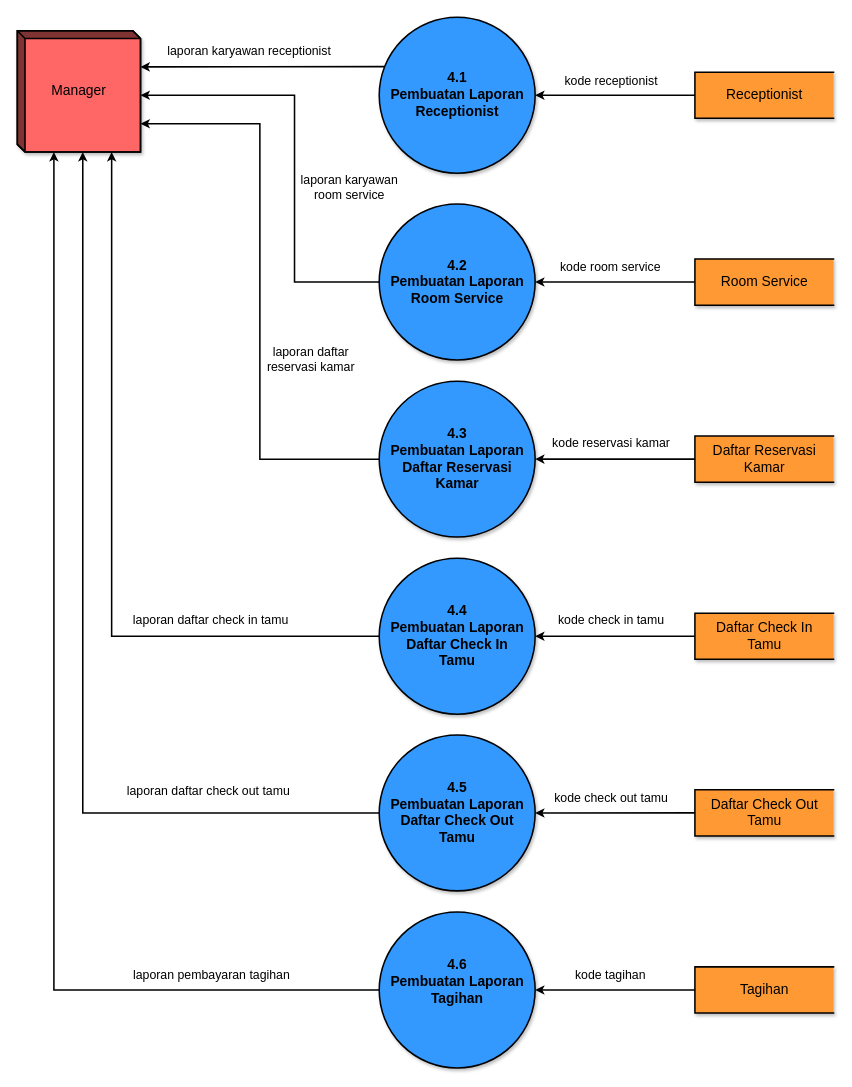
Above: page "DFD LVL 2 Process 4 - Pembuatan Laporan - NEW" (7 of 12) of Sistem Pemesanan Kamar Hotel - Data Flow Diagram.drawio in trueazp/System-Design-Analysis (draw.io), before the change. Source tidied: cells renumbered, new cells numbered last; positions are measured from the earlier drawing's top-left corner, leaving out a move shared by most shapes. Both pictures are drawn from the tidied source at 77%, with x=0, y=0 at pixel (17, 17).
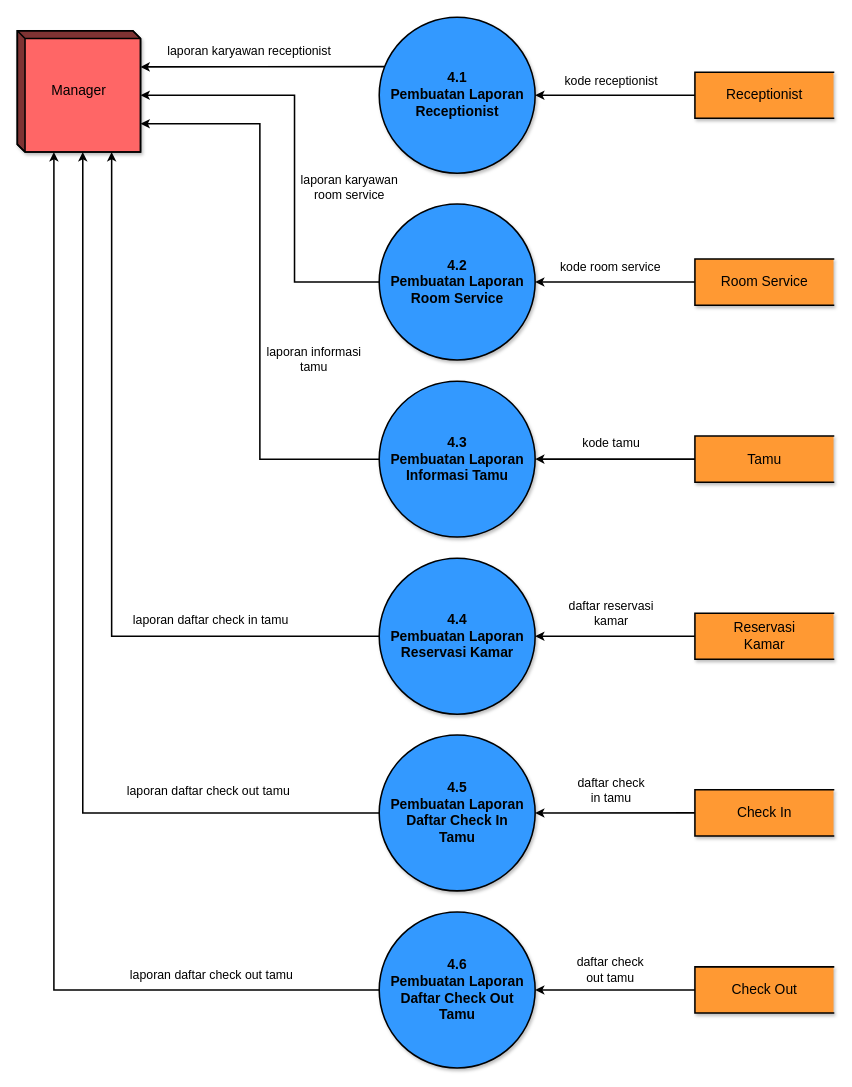
The same diagram, later.

The change refers to these unchanged cells:
```xml
<mxCell id="8" style="edgeStyle=orthogonalEdgeStyle;rounded=0;jumpStyle=arc;jettySize=auto;html=1;entryX=0;entryY=0;entryDx=160;entryDy=120.625;entryPerimeter=0;labelBackgroundColor=none;fontSize=14;startArrow=none;startFill=0;endArrow=classic;endFill=1;strokeWidth=2;" parent="1" edge="1" source="10" target="38">
  <mxGeometry relative="1" as="geometry" />
</mxCell>
<mxCell id="14" style="edgeStyle=orthogonalEdgeStyle;rounded=0;jumpStyle=arc;jettySize=auto;html=1;entryX=0;entryY=0;entryDx=47.5;entryDy=157.5;entryPerimeter=0;labelBackgroundColor=none;fontSize=14;startArrow=none;startFill=0;endArrow=classic;endFill=1;strokeWidth=2;" parent="1" edge="1" source="16" target="38">
  <mxGeometry relative="1" as="geometry" />
</mxCell>
<mxCell id="26" style="edgeStyle=orthogonalEdgeStyle;rounded=0;jumpStyle=arc;jettySize=auto;html=1;entryX=1;entryY=0.5;entryDx=0;entryDy=0;labelBackgroundColor=none;fontSize=14;startArrow=none;startFill=0;endArrow=classic;endFill=1;strokeWidth=2;" parent="1" edge="1" source="28" target="10">
  <mxGeometry relative="1" as="geometry" />
</mxCell>
<mxCell id="29" style="edgeStyle=orthogonalEdgeStyle;rounded=0;jumpStyle=arc;jettySize=auto;html=1;entryX=1;entryY=0.5;entryDx=0;entryDy=0;labelBackgroundColor=none;fontSize=14;startArrow=none;startFill=0;endArrow=classic;endFill=1;strokeWidth=2;" parent="1" edge="1" source="31" target="7">
  <mxGeometry relative="1" as="geometry" />
</mxCell>
<mxCell id="32" style="edgeStyle=orthogonalEdgeStyle;rounded=0;jumpStyle=arc;jettySize=auto;html=1;entryX=1;entryY=0.5;entryDx=0;entryDy=0;labelBackgroundColor=none;fontSize=14;startArrow=none;startFill=0;endArrow=classic;endFill=1;strokeWidth=2;" parent="1" edge="1" source="34" target="19">
  <mxGeometry relative="1" as="geometry" />
</mxCell>
<mxCell id="35" style="edgeStyle=orthogonalEdgeStyle;rounded=0;jumpStyle=arc;jettySize=auto;html=1;entryX=1;entryY=0.5;entryDx=0;entryDy=0;labelBackgroundColor=none;fontSize=14;startArrow=none;startFill=0;endArrow=classic;endFill=1;strokeWidth=2;" parent="1" edge="1" source="37" target="16">
  <mxGeometry relative="1" as="geometry" />
</mxCell>
```

Change to the diagram source:
```diff
@@
-    <mxCell id="7" value="4.4&lt;br style=&quot;font-size: 18px&quot;&gt;&lt;div&gt;Pembuatan Laporan&lt;/div&gt;&lt;div&gt;Daftar Check In &lt;br&gt;&lt;/div&gt;&lt;div&gt;Tamu&lt;br&gt;&lt;/div&gt;" style="shape=ellipse;html=1;dashed=0;whitespace=wrap;perimeter=ellipsePerimeter;shadow=1;labelBackgroundColor=none;fontFamily=Helvetica;fontSize=18;strokeWidth=2;fillColor=#3399FF;align=center;fontStyle=1;" parent="1" vertex="1">
+    <mxCell id="7" value="4.4&lt;br style=&quot;font-size: 18px&quot;&gt;&lt;div&gt;Pembuatan Laporan&lt;/div&gt;&lt;div&gt;Reservasi Kamar&lt;br&gt;&lt;/div&gt;" style="shape=ellipse;html=1;dashed=0;whitespace=wrap;perimeter=ellipsePerimeter;shadow=1;labelBackgroundColor=none;fontFamily=Helvetica;fontSize=18;strokeWidth=2;fillColor=#3399FF;align=center;fontStyle=1;" parent="1" vertex="1">
       <mxGeometry x="470" y="702.5" width="202.5" height="202.5" as="geometry" />
     </mxCell>
@@
-    <mxCell id="9" value="&lt;div style=&quot;font-size: 16px;&quot;&gt;laporan daftar &lt;br style=&quot;font-size: 16px;&quot;&gt;&lt;/div&gt;&lt;div style=&quot;font-size: 16px;&quot;&gt;reservasi kamar&lt;/div&gt;" style="edgeLabel;html=1;align=center;verticalAlign=middle;fontSize=16;labelBackgroundColor=none;" parent="8" vertex="1">
+    <mxCell id="9" value="&lt;div&gt;laporan informasi &lt;br&gt;&lt;/div&gt;&lt;div&gt;tamu&lt;br&gt;&lt;/div&gt;" style="edgeLabel;html=1;align=center;verticalAlign=middle;fontSize=16;labelBackgroundColor=none;" parent="8" vertex="1">
       <mxGeometry x="-0.2" relative="1" as="geometry">
-        <mxPoint x="65" y="13" as="offset" />
+        <mxPoint x="69" y="13" as="offset" />
       </mxGeometry>
     </mxCell>
-    <mxCell id="10" value="4.3&lt;br style=&quot;font-size: 18px&quot;&gt;&lt;div&gt;Pembuatan Laporan&lt;/div&gt;&lt;div&gt;Daftar Reservasi &lt;br&gt;&lt;/div&gt;&lt;div&gt;Kamar&lt;br&gt;&lt;/div&gt;" style="shape=ellipse;html=1;dashed=0;whitespace=wrap;perimeter=ellipsePerimeter;shadow=1;labelBackgroundColor=none;fontFamily=Helvetica;fontSize=18;strokeWidth=2;fillColor=#3399FF;align=center;fontStyle=1;" parent="1" vertex="1">
+    <mxCell id="10" value="4.3&lt;br style=&quot;font-size: 18px&quot;&gt;&lt;div&gt;Pembuatan Laporan&lt;/div&gt;&lt;div&gt;Informasi Tamu&lt;br&gt;&lt;/div&gt;" style="shape=ellipse;html=1;dashed=0;whitespace=wrap;perimeter=ellipsePerimeter;shadow=1;labelBackgroundColor=none;fontFamily=Helvetica;fontSize=18;strokeWidth=2;fillColor=#3399FF;align=center;fontStyle=1;" parent="1" vertex="1">
       <mxGeometry x="470" y="472.5" width="202.5" height="202.5" as="geometry" />
     </mxCell>
@@
-    <mxCell id="15" value="laporan pembayaran tagihan" style="edgeLabel;html=1;align=center;verticalAlign=middle;fontSize=16;labelBackgroundColor=none;" parent="14" vertex="1">
+    <mxCell id="15" value="laporan daftar check out tamu" style="edgeLabel;html=1;align=center;verticalAlign=middle;fontSize=16;labelBackgroundColor=none;" parent="14" vertex="1">
       <mxGeometry x="-0.69" y="2" relative="1" as="geometry">
         <mxPoint x="15" y="-23" as="offset" />
       </mxGeometry>
     </mxCell>
-    <mxCell id="16" value="4.6&lt;br style=&quot;font-size: 18px&quot;&gt;&lt;div&gt;Pembuatan Laporan&lt;/div&gt;&lt;div&gt;Tagihan&lt;br&gt;&lt;br&gt;&lt;/div&gt;" style="shape=ellipse;html=1;dashed=0;whitespace=wrap;perimeter=ellipsePerimeter;shadow=1;labelBackgroundColor=none;fontFamily=Helvetica;fontSize=18;strokeWidth=2;fillColor=#3399FF;align=center;fontStyle=1;" parent="1" vertex="1">
+    <mxCell id="16" value="4.6&lt;br style=&quot;font-size: 18px&quot;&gt;&lt;div&gt;Pembuatan Laporan&lt;/div&gt;&lt;div&gt;Daftar Check Out &lt;br&gt;&lt;/div&gt;&lt;div&gt;Tamu&lt;br&gt;&lt;/div&gt;" style="shape=ellipse;html=1;dashed=0;whitespace=wrap;perimeter=ellipsePerimeter;shadow=1;labelBackgroundColor=none;fontFamily=Helvetica;fontSize=18;strokeWidth=2;fillColor=#3399FF;align=center;fontStyle=1;" parent="1" vertex="1">
       <mxGeometry x="470" y="1162" width="202.5" height="202.5" as="geometry" />
     </mxCell>
@@
-    <mxCell id="19" value="4.5&lt;br style=&quot;font-size: 18px&quot;&gt;&lt;div&gt;Pembuatan Laporan&lt;/div&gt;&lt;div&gt;Daftar Check Out &lt;br&gt;&lt;/div&gt;&lt;div&gt;Tamu&lt;br&gt;&lt;/div&gt;" style="shape=ellipse;html=1;dashed=0;whitespace=wrap;perimeter=ellipsePerimeter;shadow=1;labelBackgroundColor=none;fontFamily=Helvetica;fontSize=18;strokeWidth=2;fillColor=#3399FF;align=center;fontStyle=1;" parent="1" vertex="1">
+    <mxCell id="19" value="4.5&lt;br style=&quot;font-size: 18px&quot;&gt;&lt;div&gt;Pembuatan Laporan&lt;/div&gt;&lt;div&gt;Daftar Check In&lt;br&gt;&lt;/div&gt;&lt;div&gt;Tamu&lt;br&gt;&lt;/div&gt;" style="shape=ellipse;html=1;dashed=0;whitespace=wrap;perimeter=ellipsePerimeter;shadow=1;labelBackgroundColor=none;fontFamily=Helvetica;fontSize=18;strokeWidth=2;fillColor=#3399FF;align=center;fontStyle=1;" parent="1" vertex="1">
       <mxGeometry x="470" y="932" width="202.5" height="202.5" as="geometry" />
     </mxCell>
@@
-    <mxCell id="27" value="kode reservasi kamar" style="edgeLabel;html=1;align=center;verticalAlign=middle;fontSize=16;labelBackgroundColor=none;" parent="26" vertex="1">
+    <mxCell id="27" value="kode tamu" style="edgeLabel;html=1;align=center;verticalAlign=middle;fontSize=16;labelBackgroundColor=none;" parent="26" vertex="1">
       <mxGeometry x="0.27" y="8" relative="1" as="geometry">
         <mxPoint x="22" y="-30" as="offset" />
       </mxGeometry>
     </mxCell>
-    <mxCell id="28" value="&lt;div&gt;Daftar Reservasi &lt;br&gt;&lt;/div&gt;&lt;div&gt;Kamar&lt;br&gt;&lt;/div&gt;" style="html=1;dashed=0;whitespace=wrap;shape=partialRectangle;right=0;shadow=1;labelBackgroundColor=none;fontFamily=Helvetica;fontSize=18;strokeWidth=2;fillColor=#FF9933;align=center;" parent="1" vertex="1">
+    <mxCell id="28" value="Tamu" style="html=1;dashed=0;whitespace=wrap;shape=partialRectangle;right=0;shadow=1;labelBackgroundColor=none;fontFamily=Helvetica;fontSize=18;strokeWidth=2;fillColor=#FF9933;align=center;" parent="1" vertex="1">
       <mxGeometry x="880" y="543.8" width="180" height="60" as="geometry" />
     </mxCell>
@@
-    <mxCell id="30" value="kode check in tamu" style="edgeLabel;html=1;align=center;verticalAlign=middle;fontSize=16;labelBackgroundColor=none;" parent="29" vertex="1">
+    <mxCell id="30" value="&lt;div&gt;daftar reservasi &lt;br&gt;&lt;/div&gt;&lt;div&gt;kamar&lt;/div&gt;" style="edgeLabel;html=1;align=center;verticalAlign=middle;fontSize=16;labelBackgroundColor=none;" parent="29" vertex="1">
       <mxGeometry x="0.25" y="-2" relative="1" as="geometry">
-        <mxPoint x="20" y="-20" as="offset" />
+        <mxPoint x="20" y="-28" as="offset" />
       </mxGeometry>
     </mxCell>
-    <mxCell id="31" value="Daftar Check In &lt;br&gt;Tamu" style="html=1;dashed=0;whitespace=wrap;shape=partialRectangle;right=0;shadow=1;labelBackgroundColor=none;fontFamily=Helvetica;fontSize=18;strokeWidth=2;fillColor=#FF9933;align=center;" parent="1" vertex="1">
+    <mxCell id="31" value="&lt;div&gt;Reservasi &lt;br&gt;&lt;/div&gt;&lt;div&gt;Kamar&lt;/div&gt;" style="html=1;dashed=0;whitespace=wrap;shape=partialRectangle;right=0;shadow=1;labelBackgroundColor=none;fontFamily=Helvetica;fontSize=18;strokeWidth=2;fillColor=#FF9933;align=center;" parent="1" vertex="1">
       <mxGeometry x="880" y="773.8" width="180" height="60" as="geometry" />
     </mxCell>
@@
-    <mxCell id="33" value="kode check out tamu" style="edgeLabel;html=1;align=center;verticalAlign=middle;fontSize=16;labelBackgroundColor=none;" parent="32" vertex="1">
+    <mxCell id="33" value="&lt;div&gt;daftar check &lt;br&gt;&lt;/div&gt;&lt;div&gt;in tamu&lt;/div&gt;" style="edgeLabel;html=1;align=center;verticalAlign=middle;fontSize=16;labelBackgroundColor=none;" parent="32" vertex="1">
       <mxGeometry x="0.2" y="-2" relative="1" as="geometry">
-        <mxPoint x="15" y="-19" as="offset" />
+        <mxPoint x="15" y="-28" as="offset" />
       </mxGeometry>
     </mxCell>
-    <mxCell id="34" value="Daftar Check Out &lt;br&gt;Tamu" style="html=1;dashed=0;whitespace=wrap;shape=partialRectangle;right=0;shadow=1;labelBackgroundColor=none;fontFamily=Helvetica;fontSize=18;strokeWidth=2;fillColor=#FF9933;align=center;" parent="1" vertex="1">
+    <mxCell id="34" value="Check In" style="html=1;dashed=0;whitespace=wrap;shape=partialRectangle;right=0;shadow=1;labelBackgroundColor=none;fontFamily=Helvetica;fontSize=18;strokeWidth=2;fillColor=#FF9933;align=center;" parent="1" vertex="1">
       <mxGeometry x="880" y="1003.2" width="180" height="60" as="geometry" />
     </mxCell>
@@
-    <mxCell id="36" value="kode tagihan" style="edgeLabel;html=1;align=center;verticalAlign=middle;fontSize=16;labelBackgroundColor=none;" parent="35" vertex="1">
+    <mxCell id="36" value="&lt;div&gt;daftar check &lt;br&gt;&lt;/div&gt;&lt;div&gt;out tamu&lt;/div&gt;" style="edgeLabel;html=1;align=center;verticalAlign=middle;fontSize=16;labelBackgroundColor=none;" parent="35" vertex="1">
       <mxGeometry x="0.29" y="-5" relative="1" as="geometry">
-        <mxPoint x="23" y="-16" as="offset" />
+        <mxPoint x="23" y="-22" as="offset" />
       </mxGeometry>
     </mxCell>
-    <mxCell id="37" value="Tagihan" style="html=1;dashed=0;whitespace=wrap;shape=partialRectangle;right=0;shadow=1;labelBackgroundColor=none;fontFamily=Helvetica;fontSize=18;strokeWidth=2;fillColor=#FF9933;align=center;" parent="1" vertex="1">
+    <mxCell id="37" value="Check Out" style="html=1;dashed=0;whitespace=wrap;shape=partialRectangle;right=0;shadow=1;labelBackgroundColor=none;fontFamily=Helvetica;fontSize=18;strokeWidth=2;fillColor=#FF9933;align=center;" parent="1" vertex="1">
       <mxGeometry x="880" y="1233.2" width="180" height="60" as="geometry" />
     </mxCell>
```
